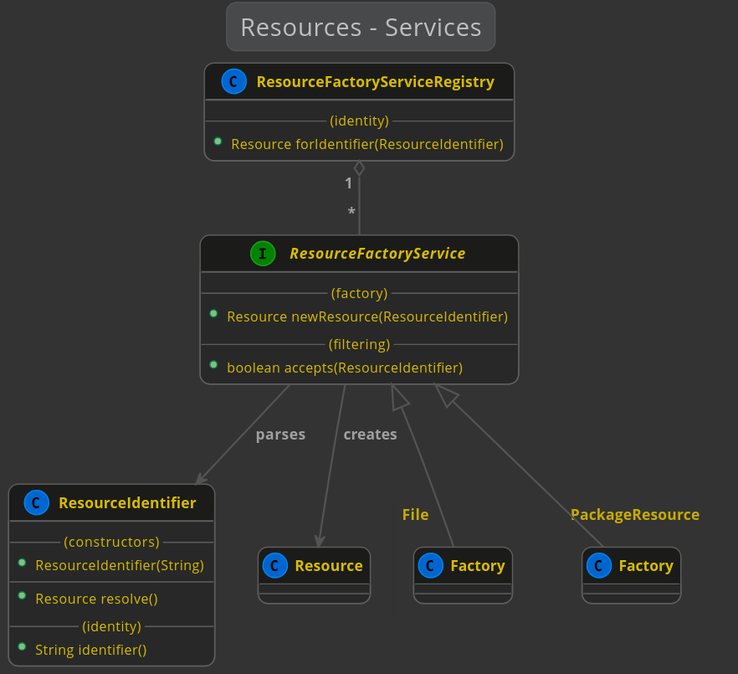
Telenav/kivakit keeps this PlantUML diagram as kivakit-core/resource/documentation/diagrams/diagram-resource-service.svg. Above is the earlier version. Its diagram source:
```plantuml
@startuml

    !include ../lexakai.theme

    title "Resources - Services"

    interface ResourceFactoryService

    ResourceFactoryService <|-- File.Factory
    class File.Factory
    {
    }

    ResourceFactoryService <|-- PackageResource.Factory
    class PackageResource.Factory
    {
    }

    ResourceFactoryService --> ResourceIdentifier : "parses"
    ResourceFactoryService --> Resource : "creates"
    interface ResourceFactoryService
    {
        --(factory)--
        +Resource newResource(ResourceIdentifier)
        --(filtering)--
        +boolean accepts(ResourceIdentifier)
    }

    ResourceFactoryServiceRegistry "1" o-- "*" ResourceFactoryService
    class ResourceFactoryServiceRegistry
    {
        --(identity)--
        +Resource forIdentifier(ResourceIdentifier)
    }

    class ResourceIdentifier
    {
        --(constructors)--
        +ResourceIdentifier(String)
        --
        +Resource resolve()
        --(identity)--
        +String identifier()
    }

@enduml
```
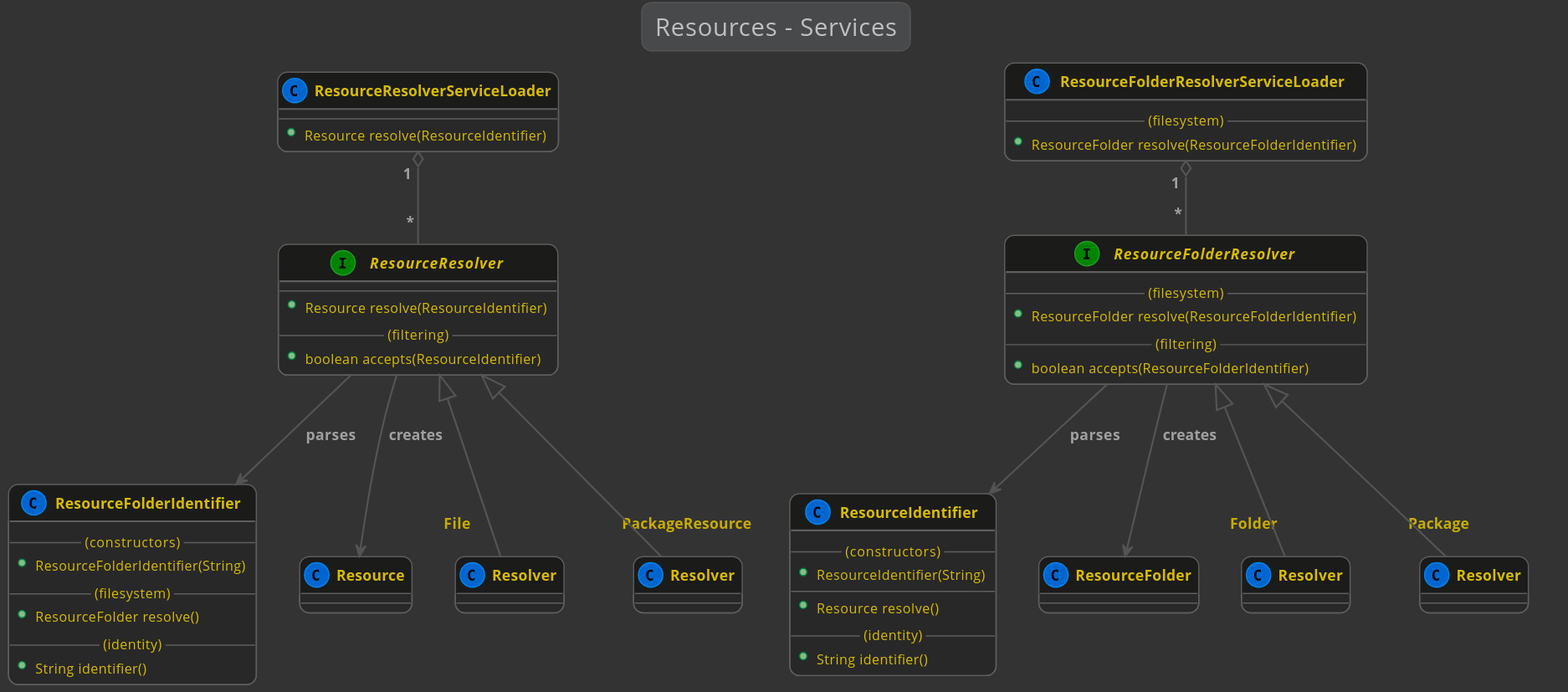
Above is the later version.

Diff of the diagram source:
```diff
@@ -4,33 +4,54 @@
 
     title "Resources - Services"
 
-    interface ResourceFactoryService
+    interface ResourceResolver
+    interface ResourceFolderResolver
 
-    ResourceFactoryService <|-- File.Factory
-    class File.Factory
+    ResourceResolver <|-- File.Resolver
+    class File.Resolver
     {
     }
 
-    ResourceFactoryService <|-- PackageResource.Factory
-    class PackageResource.Factory
+    ResourceFolderResolver <|-- Folder.Resolver
+    class Folder.Resolver
     {
     }
 
-    ResourceFactoryService --> ResourceIdentifier : "parses"
-    ResourceFactoryService --> Resource : "creates"
-    interface ResourceFactoryService
+    ResourceFolderResolver <|-- Package.Resolver
+    class Package.Resolver
     {
-        --(factory)--
-        +Resource newResource(ResourceIdentifier)
-        --(filtering)--
-        +boolean accepts(ResourceIdentifier)
     }
 
-    ResourceFactoryServiceRegistry "1" o-- "*" ResourceFactoryService
-    class ResourceFactoryServiceRegistry
+    ResourceResolver <|-- PackageResource.Resolver
+    class PackageResource.Resolver
     {
+    }
+
+    class ResourceFolderIdentifier
+    {
+        --(constructors)--
+        +ResourceFolderIdentifier(String)
+        --(filesystem)--
+        +ResourceFolder resolve()
         --(identity)--
-        +Resource forIdentifier(ResourceIdentifier)
+        +String identifier()
+    }
+
+    ResourceFolderResolver --> ResourceIdentifier : "parses"
+    ResourceFolderResolver --> ResourceFolder : "creates"
+    interface ResourceFolderResolver
+    {
+        --(filesystem)--
+        +ResourceFolder resolve(ResourceFolderIdentifier)
+        --(filtering)--
+        +boolean accepts(ResourceFolderIdentifier)
+    }
+
+    ResourceFolderResolverServiceLoader "1" o-- "*" ResourceFolderResolver
+    class ResourceFolderResolverServiceLoader
+    {
+        --(filesystem)--
+        +ResourceFolder resolve(ResourceFolderIdentifier)
     }
 
     class ResourceIdentifier
@@ -43,4 +64,21 @@
         +String identifier()
     }
 
+    ResourceResolver --> ResourceFolderIdentifier : "parses"
+    ResourceResolver --> Resource : "creates"
+    interface ResourceResolver
+    {
+        --
+        +Resource resolve(ResourceIdentifier)
+        --(filtering)--
+        +boolean accepts(ResourceIdentifier)
+    }
+
+    ResourceResolverServiceLoader "1" o-- "*" ResourceResolver
+    class ResourceResolverServiceLoader
+    {
+        --
+        +Resource resolve(ResourceIdentifier)
+    }
+
 @enduml
```
